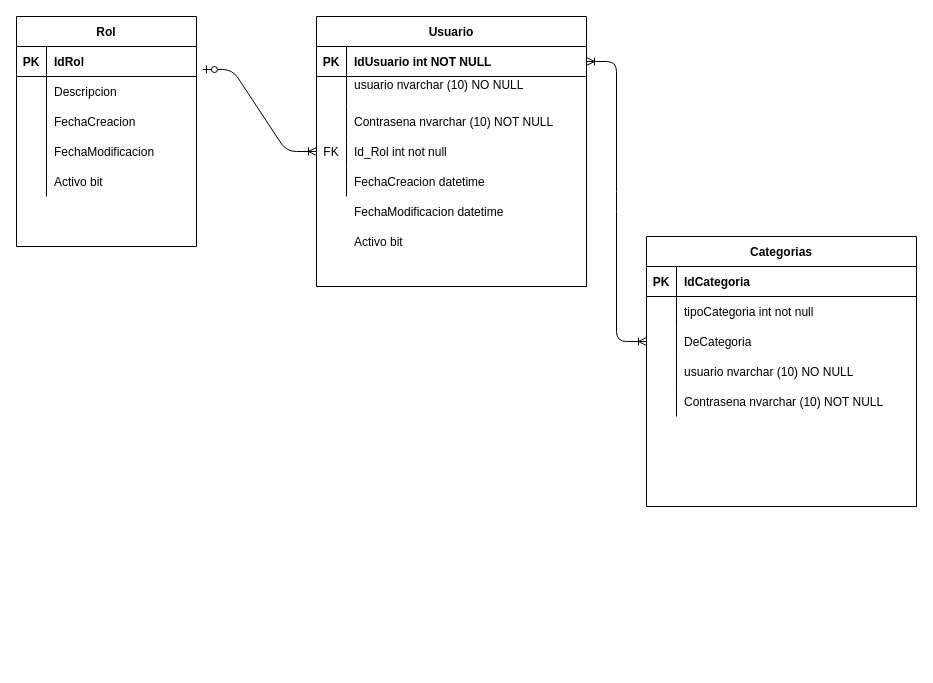
Before: Diagramas/EntidadRelacion.drawio in Cicery/ProyectoTallerMecanico, a draw.io diagram. Source tidied: cells renumbered, new cells numbered last; positions are measured from the earlier drawing's top-left corner, leaving out a move shared by most shapes. Both pictures are drawn from the tidied source at 100%, with x=0, y=0 at pixel (16, 16).
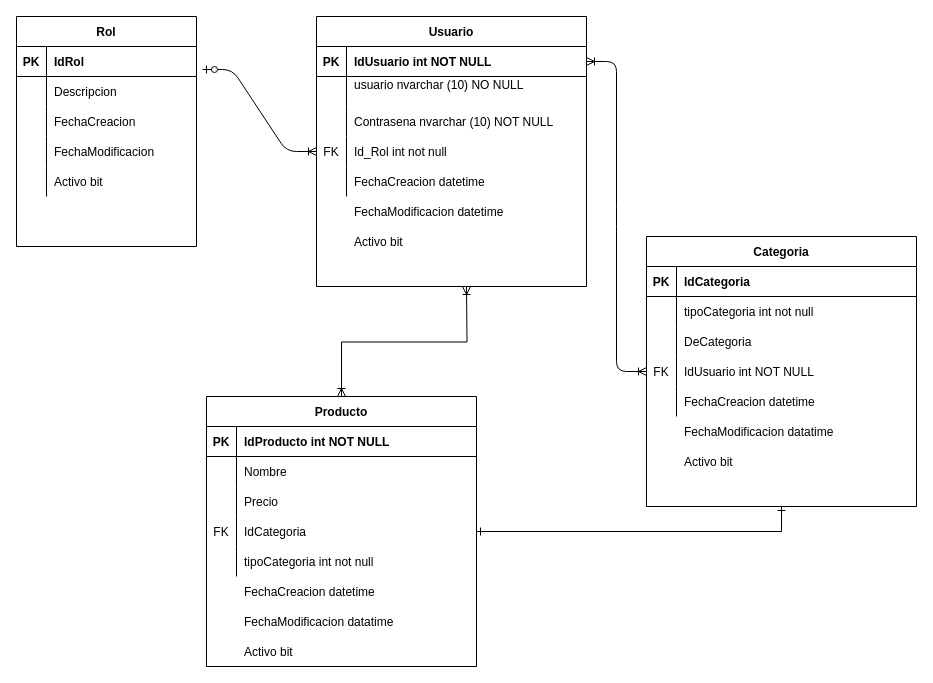
The same page after the edit.

The change refers to these unchanged cells:
```xml
<mxCell id="3" style="shape=partialRectangle;fillColor=none;points=[[0,0.5],[1,0.5]];portConstraint=eastwest;top=0;left=0;right=0;bottom=1;" parent="2" vertex="1">
  <mxGeometry y="30" width="270" height="30" as="geometry" />
</mxCell>
<mxCell id="51" style="shape=partialRectangle;fillColor=none;points=[[0,0.5],[1,0.5]];portConstraint=eastwest;top=0;left=0;right=0;bottom=0;" parent="44" vertex="1">
  <mxGeometry y="90" width="270" height="30" as="geometry" />
</mxCell>
<mxCell id="54" style="shape=partialRectangle;fillColor=none;points=[[0,0.5],[1,0.5]];portConstraint=eastwest;top=0;left=0;right=0;bottom=0;" parent="44" vertex="1">
  <mxGeometry y="120" width="270" height="30" as="geometry" />
</mxCell>
<mxCell id="57" style="shape=partialRectangle;fillColor=none;top=0;left=0;right=0;bottom=0;" parent="44" vertex="1">
  <mxGeometry y="150" width="270" height="30" as="geometry" />
</mxCell>
```

Change to the diagram source:
```diff
@@
-    <mxCell id="44" value="Categorias" style="shape=table;startSize=30;childLayout=tableLayout;rowLines=0;fontStyle=1;align=center;" parent="1" vertex="1">
+    <mxCell id="44" value="Categoria" style="shape=table;startSize=30;childLayout=tableLayout;rowLines=0;fontStyle=1;align=center;" parent="1" vertex="1">
       <mxGeometry x="630" y="220" width="270" height="270" as="geometry" />
     </mxCell>
@@
-    <mxCell id="55" style="shape=partialRectangle;overflow=hidden;fillColor=none;top=0;left=0;bottom=0;right=0;" parent="54" vertex="1">
+    <mxCell id="55" value="FK" style="shape=partialRectangle;overflow=hidden;fillColor=none;top=0;left=0;bottom=0;right=0;" parent="54" vertex="1">
       <mxGeometry width="30" height="30" as="geometry" />
     </mxCell>
-    <mxCell id="56" value="usuario nvarchar (10) NO NULL" style="shape=partialRectangle;overflow=hidden;fillColor=none;top=0;left=0;bottom=0;right=0;align=left;spacingLeft=6;" parent="54" vertex="1">
+    <mxCell id="56" value="IdUsuario int NOT NULL" style="shape=partialRectangle;overflow=hidden;fillColor=none;top=0;left=0;bottom=0;right=0;align=left;spacingLeft=6;" parent="54" vertex="1">
       <mxGeometry x="30" width="240" height="30" as="geometry" />
     </mxCell>
@@
-    <mxCell id="59" value="Contrasena nvarchar (10) NOT NULL" style="shape=partialRectangle;overflow=hidden;fillColor=none;top=0;left=0;bottom=0;right=0;align=left;spacingLeft=6;" parent="57" vertex="1">
+    <mxCell id="59" value="FechaCreacion datetime" style="shape=partialRectangle;overflow=hidden;fillColor=none;top=0;left=0;bottom=0;right=0;align=left;spacingLeft=6;" parent="57" vertex="1">
       <mxGeometry x="30" width="240" height="30" as="geometry" />
     </mxCell>
-    <mxCell id="60" style="edgeStyle=entityRelationEdgeStyle;fontSize=12;html=1;endArrow=ERoneToMany;startArrow=ERoneToMany;exitX=1;exitY=0.5;exitDx=0;exitDy=0;entryX=0;entryY=0.5;entryDx=0;entryDy=0;startFill=0;" parent="1" edge="1" source="3" target="51">
+    <mxCell id="60" style="edgeStyle=entityRelationEdgeStyle;fontSize=12;html=1;endArrow=ERoneToMany;startArrow=ERoneToMany;exitX=1;exitY=0.5;exitDx=0;exitDy=0;startFill=0;" parent="1" edge="1" source="3" target="54">
       <mxGeometry relative="1" as="geometry" />
     </mxCell>
+    <mxCell id="61" style="shape=partialRectangle;fillColor=none;top=0;left=0;right=0;bottom=0;" parent="1" vertex="1">
+      <mxGeometry x="630" y="400" width="270" height="30" as="geometry" />
+    </mxCell>
+    <mxCell id="62" style="shape=partialRectangle;overflow=hidden;fillColor=none;top=0;left=0;bottom=0;right=0;" parent="61" vertex="1">
+      <mxGeometry width="30" height="30" as="geometry" />
+    </mxCell>
+    <mxCell id="63" value="FechaModificacion datatime" style="shape=partialRectangle;overflow=hidden;fillColor=none;top=0;left=0;bottom=0;right=0;align=left;spacingLeft=6;" parent="61" vertex="1">
+      <mxGeometry x="30" width="240" height="30" as="geometry" />
+    </mxCell>
+    <mxCell id="64" value="Activo bit" style="shape=partialRectangle;fillColor=none;top=0;left=0;bottom=0;right=0;align=left;spacingLeft=6;overflow=hidden;" parent="1" vertex="1">
+      <mxGeometry x="660" y="430" width="150" height="30" as="geometry" />
+    </mxCell>
+    <mxCell id="65" style="edgeStyle=orthogonalEdgeStyle;rounded=0;jettySize=auto;html=1;entryX=0.5;entryY=1;entryDx=0;entryDy=0;startArrow=ERone;startFill=0;endArrow=ERone;endFill=0;" parent="1" edge="1" source="67" target="44">
+      <mxGeometry relative="1" as="geometry" />
+    </mxCell>
+    <mxCell id="66" style="edgeStyle=orthogonalEdgeStyle;rounded=0;jettySize=auto;html=1;exitX=0.5;exitY=0;exitDx=0;exitDy=0;startArrow=ERoneToMany;startFill=0;endArrow=ERoneToMany;endFill=0;" parent="1" edge="1" source="67">
+      <mxGeometry relative="1" as="geometry">
+        <mxPoint x="450" y="270" as="targetPoint" />
+      </mxGeometry>
+    </mxCell>
+    <mxCell id="67" value="Producto" style="shape=table;startSize=30;childLayout=tableLayout;rowLines=0;fontStyle=1;align=center;" parent="1" vertex="1">
+      <mxGeometry x="190" y="380" width="270" height="270" as="geometry" />
+    </mxCell>
+    <mxCell id="68" style="shape=partialRectangle;fillColor=none;top=0;left=0;right=0;bottom=1;" parent="67" vertex="1">
+      <mxGeometry y="30" width="270" height="30" as="geometry" />
+    </mxCell>
+    <mxCell id="69" value="PK" style="shape=partialRectangle;overflow=hidden;fillColor=none;top=0;left=0;bottom=0;right=0;fontStyle=1;" parent="68" vertex="1">
+      <mxGeometry width="30" height="30" as="geometry" />
+    </mxCell>
+    <mxCell id="70" value="IdProducto int NOT NULL" style="shape=partialRectangle;overflow=hidden;fillColor=none;top=0;left=0;bottom=0;right=0;align=left;spacingLeft=6;fontStyle=1;" parent="68" vertex="1">
+      <mxGeometry x="30" width="240" height="30" as="geometry" />
+    </mxCell>
+    <mxCell id="71" style="shape=partialRectangle;fillColor=none;top=0;left=0;right=0;bottom=0;" parent="67" vertex="1">
+      <mxGeometry y="60" width="270" height="30" as="geometry" />
+    </mxCell>
+    <mxCell id="72" style="shape=partialRectangle;overflow=hidden;fillColor=none;top=0;left=0;bottom=0;right=0;" parent="71" vertex="1">
+      <mxGeometry width="30" height="30" as="geometry" />
+    </mxCell>
+    <mxCell id="73" value="Nombre" style="shape=partialRectangle;overflow=hidden;fillColor=none;top=0;left=0;bottom=0;right=0;align=left;spacingLeft=6;" parent="71" vertex="1">
+      <mxGeometry x="30" width="240" height="30" as="geometry" />
+    </mxCell>
+    <mxCell id="74" style="shape=partialRectangle;fillColor=none;top=0;left=0;right=0;bottom=0;" parent="67" vertex="1">
+      <mxGeometry y="90" width="270" height="30" as="geometry" />
+    </mxCell>
+    <mxCell id="75" style="shape=partialRectangle;overflow=hidden;fillColor=none;top=0;left=0;bottom=0;right=0;" parent="74" vertex="1">
+      <mxGeometry width="30" height="30" as="geometry" />
+    </mxCell>
+    <mxCell id="76" value="Precio" style="shape=partialRectangle;overflow=hidden;fillColor=none;top=0;left=0;bottom=0;right=0;align=left;spacingLeft=6;" parent="74" vertex="1">
+      <mxGeometry x="30" width="240" height="30" as="geometry" />
+    </mxCell>
+    <mxCell id="77" style="shape=partialRectangle;fillColor=none;top=0;left=0;right=0;bottom=0;" parent="67" vertex="1">
+      <mxGeometry y="120" width="270" height="30" as="geometry" />
+    </mxCell>
+    <mxCell id="78" value="FK" style="shape=partialRectangle;overflow=hidden;fillColor=none;top=0;left=0;bottom=0;right=0;" parent="77" vertex="1">
+      <mxGeometry width="30" height="30" as="geometry" />
+    </mxCell>
+    <mxCell id="79" value="IdCategoria" style="shape=partialRectangle;overflow=hidden;fillColor=none;top=0;left=0;bottom=0;right=0;align=left;spacingLeft=6;" parent="77" vertex="1">
+      <mxGeometry x="30" width="240" height="30" as="geometry" />
+    </mxCell>
+    <mxCell id="80" style="shape=partialRectangle;fillColor=none;top=0;left=0;right=0;bottom=0;" parent="67" vertex="1">
+      <mxGeometry y="150" width="270" height="30" as="geometry" />
+    </mxCell>
+    <mxCell id="81" style="shape=partialRectangle;overflow=hidden;fillColor=none;top=0;left=0;bottom=0;right=0;" parent="80" vertex="1">
+      <mxGeometry width="30" height="30" as="geometry" />
+    </mxCell>
+    <mxCell id="82" value="tipoCategoria int not null" style="shape=partialRectangle;overflow=hidden;fillColor=none;top=0;left=0;bottom=0;right=0;align=left;spacingLeft=6;" parent="80" vertex="1">
+      <mxGeometry x="30" width="240" height="30" as="geometry" />
+    </mxCell>
+    <mxCell id="83" value="FechaCreacion datetime" style="shape=partialRectangle;overflow=hidden;fillColor=none;top=0;left=0;bottom=0;right=0;align=left;spacingLeft=6;" parent="1" vertex="1">
+      <mxGeometry x="220" y="560" width="240" height="30" as="geometry" />
+    </mxCell>
+    <mxCell id="84" style="shape=partialRectangle;fillColor=none;top=0;left=0;right=0;bottom=0;" parent="1" vertex="1">
+      <mxGeometry x="190" y="590" width="270" height="30" as="geometry" />
+    </mxCell>
+    <mxCell id="85" style="shape=partialRectangle;overflow=hidden;fillColor=none;top=0;left=0;bottom=0;right=0;" parent="84" vertex="1">
+      <mxGeometry width="30" height="30" as="geometry" />
+    </mxCell>
+    <mxCell id="86" value="FechaModificacion datatime" style="shape=partialRectangle;overflow=hidden;fillColor=none;top=0;left=0;bottom=0;right=0;align=left;spacingLeft=6;" parent="84" vertex="1">
+      <mxGeometry x="30" width="240" height="30" as="geometry" />
+    </mxCell>
+    <mxCell id="87" value="Activo bit" style="shape=partialRectangle;fillColor=none;top=0;left=0;bottom=0;right=0;align=left;spacingLeft=6;overflow=hidden;" parent="1" vertex="1">
+      <mxGeometry x="220" y="620" width="150" height="30" as="geometry" />
+    </mxCell>
```
